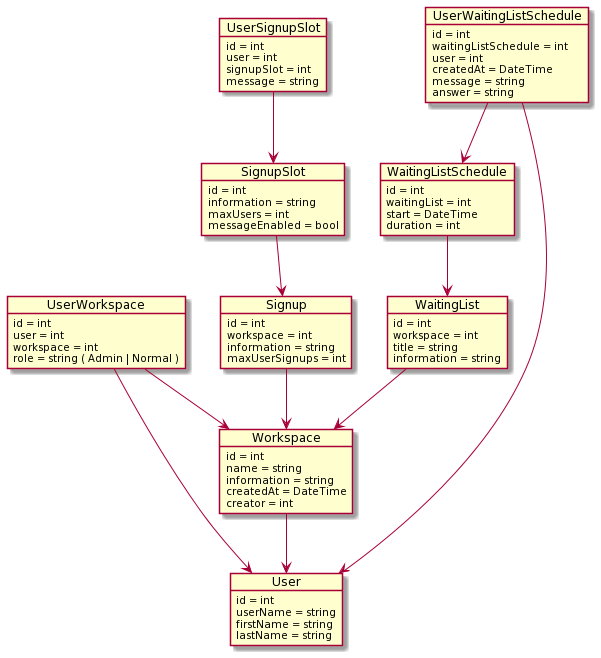
InputPlaceholderName/tosca-backend keeps this PlantUML diagram as docs/database_schema.png. Above is the earlier version.
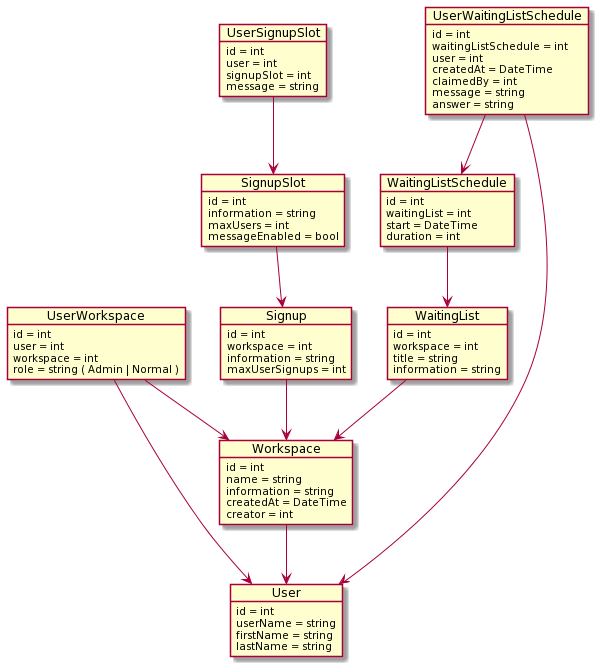
Above is the later version.

Diff of the diagram source:
```diff
@@ -40,6 +40,7 @@
     waitingListSchedule = int
     user = int
     createdAt = DateTime
+    claimedBy = int
     message = string
     answer = string
 }
```
